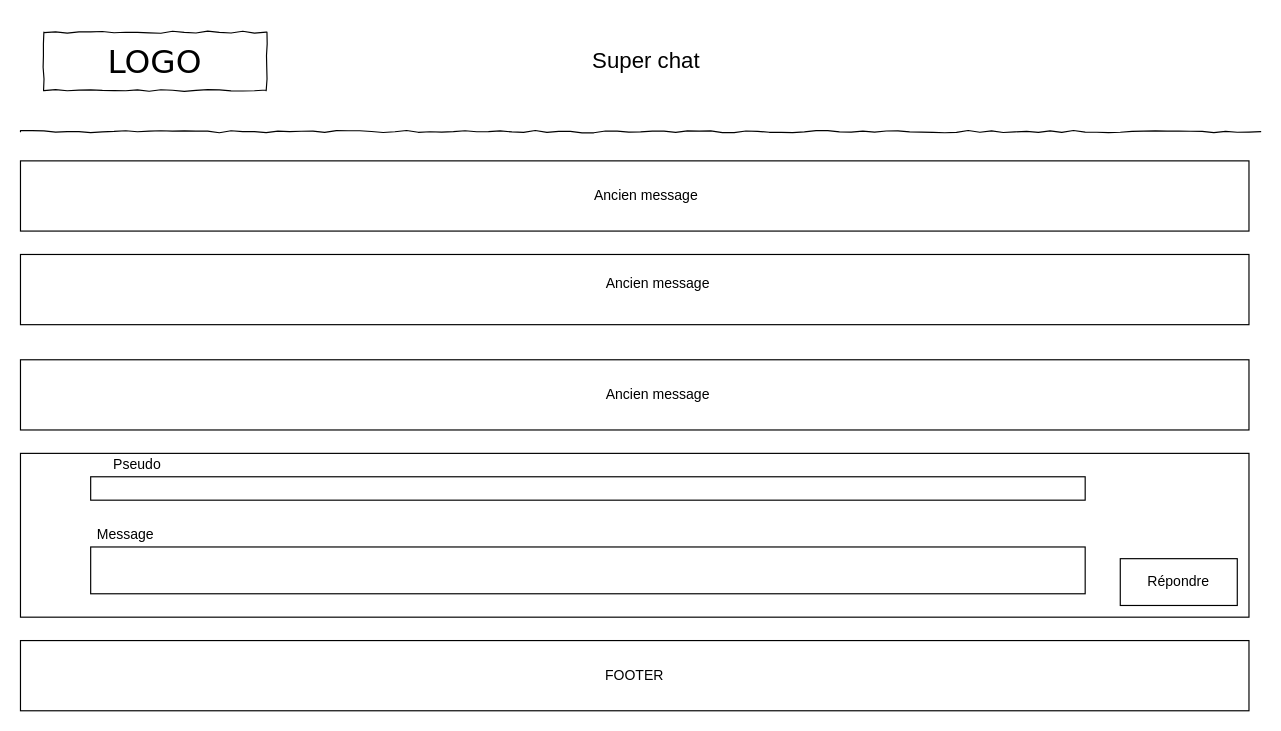
AlexandraVallee/chat keeps this draw.io diagram as page "Make up - 1" (1 of 3) of concept/1er diagrammes.drawio. Above is the earlier version. Source tidied: cells renumbered, new cells numbered last; positions are measured from the earlier drawing's top-left corner, leaving out a move shared by most shapes. Both pictures are drawn from the tidied source at 117%, with x=0, y=0 at pixel (20, 32).
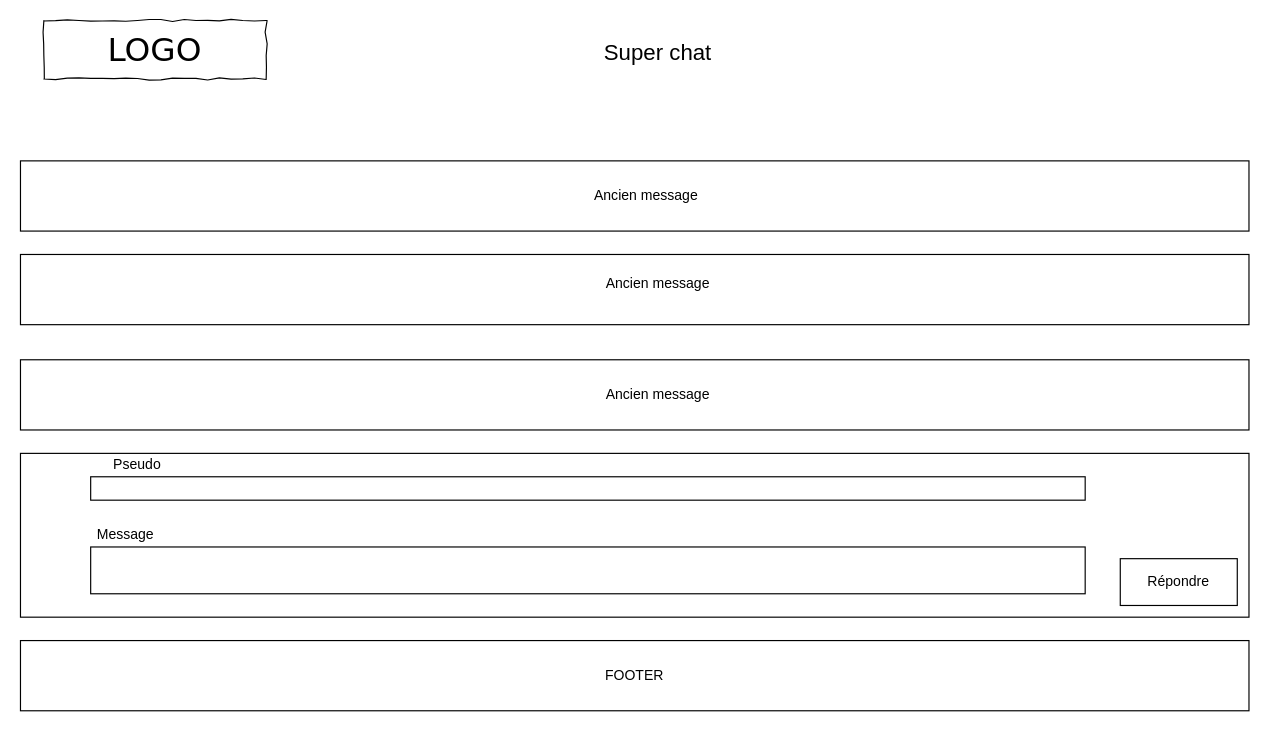
After the change.

What changed in the source:
```diff
@@
 <mxGraphModel background="#ffffff">
   <root>
     <mxCell id="0" />
     <mxCell id="1" parent="0" />
     <mxCell id="2" value="LOGO" style="whiteSpace=wrap;html=1;rounded=0;shadow=0;labelBackgroundColor=none;strokeColor=#000000;strokeWidth=1;fillColor=#ffffff;fontFamily=Verdana;fontSize=28;fontColor=#000000;align=center;comic=1;" parent="1" vertex="1">
-      <mxGeometry x="20" width="190" height="50" as="geometry" />
+      <mxGeometry x="20" y="-10" width="190" height="50" as="geometry" />
     </mxCell>
-    <mxCell id="3" style="line;strokeWidth=1;html=1;rounded=0;shadow=0;labelBackgroundColor=none;fillColor=none;fontFamily=Verdana;fontSize=14;fontColor=#000000;align=center;comic=1;" parent="1" vertex="1">
-      <mxGeometry y="80" width="1060" height="10" as="geometry" />
-    </mxCell>
     <mxCell id="4" value="&lt;font style=&quot;font-size: 19px&quot;&gt;Super chat&lt;/font&gt;" style="text;html=1;strokeColor=none;fillColor=none;align=center;verticalAlign=middle;whiteSpace=wrap;rounded=0;" parent="1" vertex="1">
-      <mxGeometry x="270" y="2.5" width="530" height="45" as="geometry" />
+      <mxGeometry x="280" y="-5" width="530" height="45" as="geometry" />
     </mxCell>
     <mxCell id="5" style="rounded=0;whiteSpace=wrap;html=1;" parent="1" vertex="1">
       <mxGeometry y="110" width="1050" height="60" as="geometry" />
     </mxCell>
     <mxCell id="6" style="rounded=0;whiteSpace=wrap;html=1;" parent="1" vertex="1">
       <mxGeometry y="190" width="1050" height="60" as="geometry" />
     </mxCell>
     <mxCell id="7" style="rounded=0;whiteSpace=wrap;html=1;" parent="1" vertex="1">
       <mxGeometry y="280" width="1050" height="60" as="geometry" />
     </mxCell>
     <mxCell id="8" value="Ancien message" style="text;html=1;strokeColor=none;fillColor=none;align=center;verticalAlign=middle;whiteSpace=wrap;rounded=0;" parent="1" vertex="1">
       <mxGeometry x="40" y="130" width="990" height="20" as="geometry" />
     </mxCell>
     <mxCell id="9" value="Ancien message" style="text;html=1;strokeColor=none;fillColor=none;align=center;verticalAlign=middle;whiteSpace=wrap;rounded=0;" parent="1" vertex="1">
       <mxGeometry x="50" y="205" width="990" height="20" as="geometry" />
     </mxCell>
     <mxCell id="10" value="Ancien message" style="text;html=1;strokeColor=none;fillColor=none;align=center;verticalAlign=middle;whiteSpace=wrap;rounded=0;" parent="1" vertex="1">
       <mxGeometry x="50" y="300" width="990" height="20" as="geometry" />
     </mxCell>
     <mxCell id="11" style="rounded=0;whiteSpace=wrap;html=1;" parent="1" vertex="1">
       <mxGeometry y="360" width="1050" height="140" as="geometry" />
     </mxCell>
     <mxCell id="12" style="rounded=0;whiteSpace=wrap;html=1;" parent="1" vertex="1">
       <mxGeometry x="60" y="380" width="850" height="20" as="geometry" />
     </mxCell>
     <mxCell id="13" style="rounded=0;whiteSpace=wrap;html=1;" parent="1" vertex="1">
       <mxGeometry x="60" y="440" width="850" height="40" as="geometry" />
     </mxCell>
     <mxCell id="14" value="Pseudo" style="text;html=1;strokeColor=none;fillColor=none;align=center;verticalAlign=middle;whiteSpace=wrap;rounded=0;" parent="1" vertex="1">
       <mxGeometry x="60" y="360" width="80" height="20" as="geometry" />
     </mxCell>
     <mxCell id="15" value="Message" style="text;html=1;strokeColor=none;fillColor=none;align=center;verticalAlign=middle;whiteSpace=wrap;rounded=0;" parent="1" vertex="1">
       <mxGeometry x="70" y="420" width="40" height="20" as="geometry" />
     </mxCell>
     <mxCell id="16" value="Répondre" style="rounded=0;whiteSpace=wrap;html=1;" parent="1" vertex="1">
       <mxGeometry x="940" y="450" width="100" height="40" as="geometry" />
     </mxCell>
     <mxCell id="17" value="FOOTER" style="rounded=0;whiteSpace=wrap;html=1;" parent="1" vertex="1">
       <mxGeometry y="520" width="1050" height="60" as="geometry" />
     </mxCell>
   </root>
 </mxGraphModel>
```
